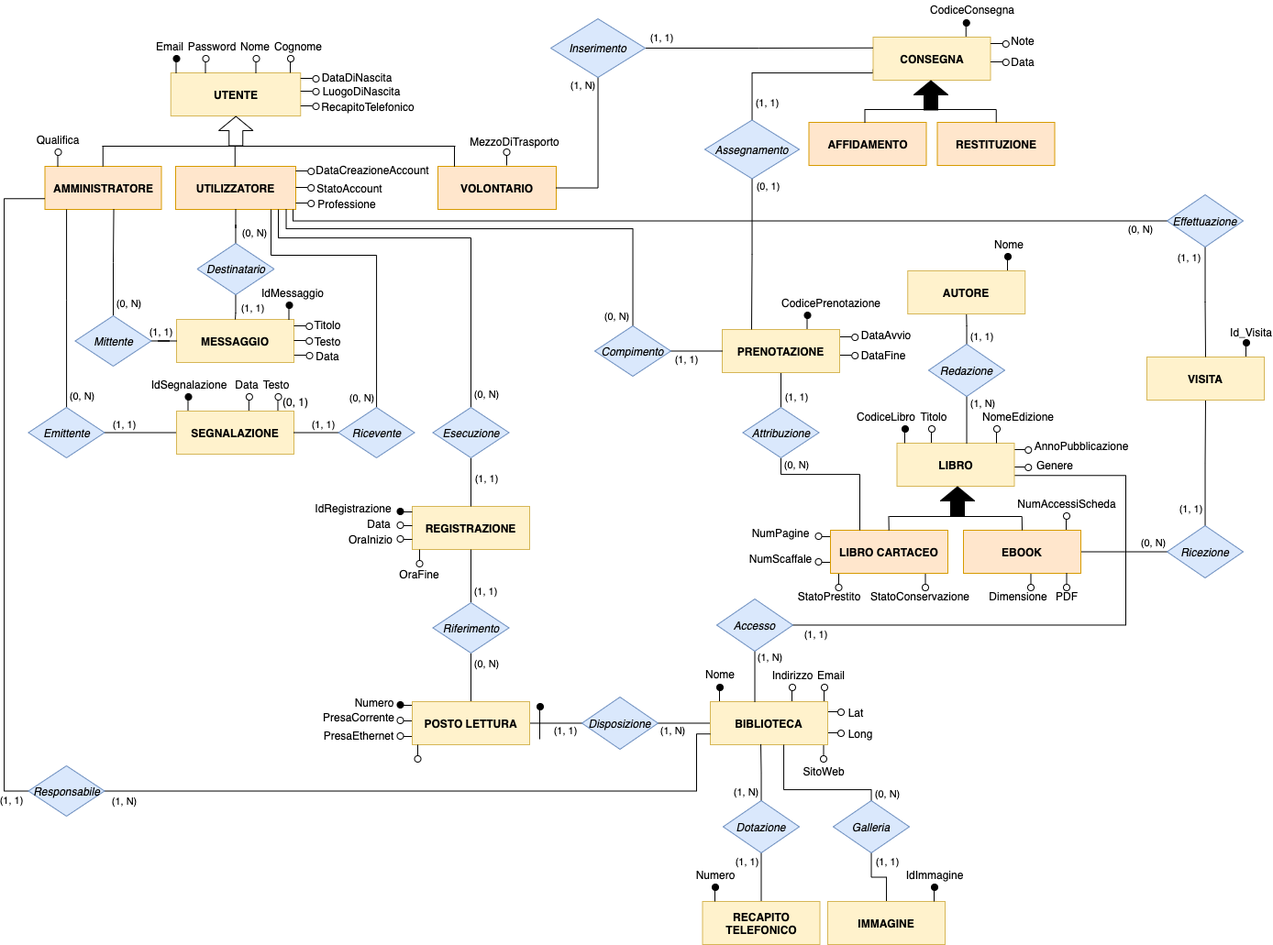
Above: ModelloER/DiagrammaDrawio.png in alessioarcara/Progetto_Basi_Dati (draw.io), before the change. Source tidied: cells renumbered, new cells last; positions are measured from the earlier drawing's top-left corner, leaving out a move shared by most shapes.
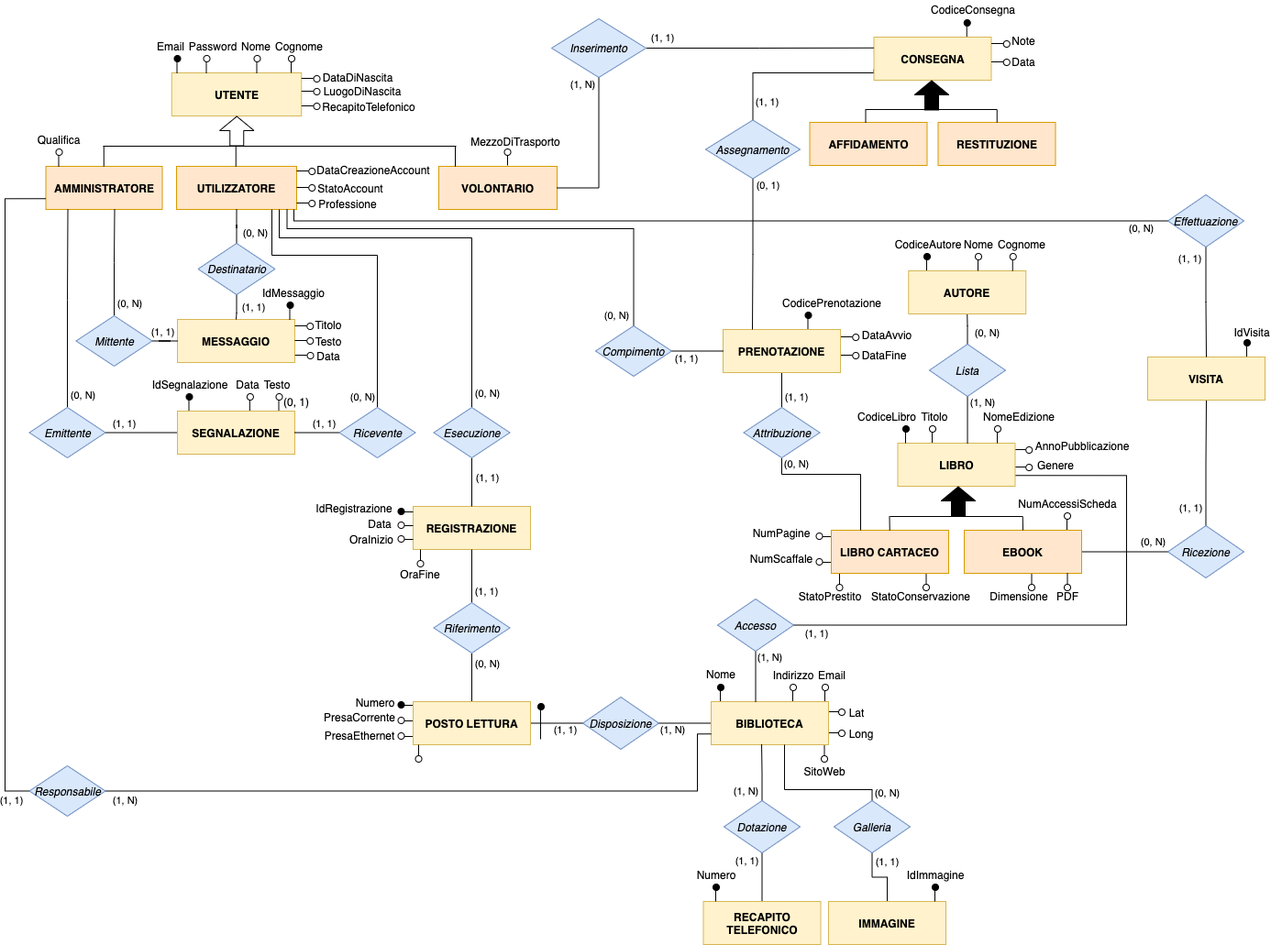
Later version of the same file.

Diff of the diagram source:
```diff
@@ -403,12 +403,12 @@
     </mxCell>
     <mxCell id="95" style="endArrow=none;html=1;" parent="1" edge="1">
       <mxGeometry relative="1" as="geometry">
-        <mxPoint x="1094" y="295" as="sourcePoint" />
-        <mxPoint x="1094" y="283" as="targetPoint" />
+        <mxPoint x="1005" y="295" as="sourcePoint" />
+        <mxPoint x="1005" y="283" as="targetPoint" />
       </mxGeometry>
     </mxCell>
     <mxCell id="96" style="ellipse;whiteSpace=wrap;html=1;fillColor=#000000;" parent="1" vertex="1">
-      <mxGeometry x="1091" y="276" width="7" height="7" as="geometry" />
+      <mxGeometry x="1002" y="276" width="7" height="7" as="geometry" />
     </mxCell>
     <mxCell id="97" value="IdMessaggio" style="text;html=1;strokeColor=none;fillColor=none;align=center;verticalAlign=middle;whiteSpace=wrap;rounded=0;" parent="1" vertex="1">
       <mxGeometry x="294.5" y="309" width="40" height="20" as="geometry" />
@@ -970,19 +970,19 @@
     <mxCell id="234" style="edgeStyle=orthogonalEdgeStyle;rounded=0;jettySize=auto;html=1;entryX=0.5;entryY=1;entryDx=0;entryDy=0;endArrow=none;endFill=0;fillColor=#000000;" parent="1" edge="1" source="236" target="237">
       <mxGeometry relative="1" as="geometry" />
     </mxCell>
-    <mxCell id="235" value="(1, 1)" style="edgeLabel;html=1;align=center;verticalAlign=middle;" parent="234" vertex="1">
+    <mxCell id="235" value="(0, N)" style="edgeLabel;html=1;align=center;verticalAlign=middle;" parent="234" vertex="1">
       <mxGeometry x="-0.56" y="-1" relative="1" as="geometry">
-        <mxPoint x="14.5" y="-1.8" as="offset" />
+        <mxPoint x="20.7" y="-5.2" as="offset" />
       </mxGeometry>
     </mxCell>
-    <mxCell id="236" value="Redazione" style="rhombus;whiteSpace=wrap;html=1;fillColor=#dae8fc;strokeColor=#6c8ebf;fontStyle=2;" parent="1" vertex="1">
+    <mxCell id="236" value="Lista" style="rhombus;whiteSpace=wrap;html=1;fillColor=#dae8fc;strokeColor=#6c8ebf;fontStyle=2;" parent="1" vertex="1">
       <mxGeometry x="1008" y="375" width="83" height="57" as="geometry" />
     </mxCell>
     <mxCell id="237" value="AUTORE" style="rounded=0;whiteSpace=wrap;html=1;fillColor=#fff2cc;strokeColor=#d6b656;fontStyle=1;" parent="1" vertex="1">
       <mxGeometry x="985.2" y="295" width="128" height="47" as="geometry" />
     </mxCell>
-    <mxCell id="238" value="Nome" style="text;html=1;strokeColor=none;fillColor=none;align=center;verticalAlign=middle;whiteSpace=wrap;rounded=0;" parent="1" vertex="1">
-      <mxGeometry x="1076" y="256" width="40" height="20" as="geometry" />
+    <mxCell id="238" value="CodiceAutore" style="text;html=1;strokeColor=none;fillColor=none;align=center;verticalAlign=middle;whiteSpace=wrap;rounded=0;" parent="1" vertex="1">
+      <mxGeometry x="987" y="256" width="40" height="20" as="geometry" />
     </mxCell>
     <mxCell id="239" style="edgeStyle=orthogonalEdgeStyle;rounded=0;jettySize=auto;html=1;entryX=0.5;entryY=1;entryDx=0;entryDy=0;endArrow=none;endFill=0;fillColor=#000000;" parent="1" edge="1" source="241" target="242">
       <mxGeometry relative="1" as="geometry" />
@@ -998,7 +998,7 @@
     <mxCell id="242" value="VISITA" style="rounded=0;whiteSpace=wrap;html=1;fillColor=#fff2cc;strokeColor=#d6b656;fontStyle=1;" parent="1" vertex="1">
       <mxGeometry x="1246" y="389" width="128" height="47" as="geometry" />
     </mxCell>
-    <mxCell id="243" value="Id_Visita" style="text;html=1;strokeColor=none;fillColor=none;align=center;verticalAlign=middle;whiteSpace=wrap;rounded=0;" parent="1" vertex="1">
+    <mxCell id="243" value="IdVisita" style="text;html=1;strokeColor=none;fillColor=none;align=center;verticalAlign=middle;whiteSpace=wrap;rounded=0;" parent="1" vertex="1">
       <mxGeometry x="1340" y="352" width="40" height="20" as="geometry" />
     </mxCell>
     <mxCell id="244" style="edgeStyle=orthogonalEdgeStyle;rounded=0;jettySize=auto;html=1;entryX=0.5;entryY=0;entryDx=0;entryDy=0;endArrow=none;endFill=0;fillColor=#000000;" parent="1" edge="1" source="248" target="242">
@@ -1217,5 +1217,29 @@
     <mxCell id="291" value="Responsabile" style="rhombus;whiteSpace=wrap;html=1;fillColor=#dae8fc;strokeColor=#6c8ebf;fontStyle=2;" parent="1" vertex="1">
       <mxGeometry x="26.5" y="835" width="83" height="55" as="geometry" />
     </mxCell>
+    <mxCell id="292" style="endArrow=none;html=1;" parent="1" edge="1">
+      <mxGeometry relative="1" as="geometry">
+        <mxPoint x="1061" y="295" as="sourcePoint" />
+        <mxPoint x="1061" y="283" as="targetPoint" />
+      </mxGeometry>
+    </mxCell>
+    <mxCell id="293" style="ellipse;whiteSpace=wrap;html=1;" parent="1" vertex="1">
+      <mxGeometry x="1058" y="276" width="7" height="7" as="geometry" />
+    </mxCell>
+    <mxCell id="294" style="endArrow=none;html=1;" parent="1" edge="1">
+      <mxGeometry relative="1" as="geometry">
+        <mxPoint x="1098.8" y="295" as="sourcePoint" />
+        <mxPoint x="1098.8" y="283" as="targetPoint" />
+      </mxGeometry>
+    </mxCell>
+    <mxCell id="295" style="ellipse;whiteSpace=wrap;html=1;fillColor=#FFFFFF;" parent="1" vertex="1">
+      <mxGeometry x="1095.8" y="276" width="7" height="7" as="geometry" />
+    </mxCell>
+    <mxCell id="296" value="Nome" style="text;html=1;strokeColor=none;fillColor=none;align=center;verticalAlign=middle;whiteSpace=wrap;rounded=0;" parent="1" vertex="1">
+      <mxGeometry x="1041.5" y="256" width="40" height="20" as="geometry" />
+    </mxCell>
+    <mxCell id="297" value="Cognome" style="text;html=1;strokeColor=none;fillColor=none;align=center;verticalAlign=middle;whiteSpace=wrap;rounded=0;" parent="1" vertex="1">
+      <mxGeometry x="1088.8" y="256" width="40" height="20" as="geometry" />
+    </mxCell>
   </root>
 </mxGraphModel>
```
